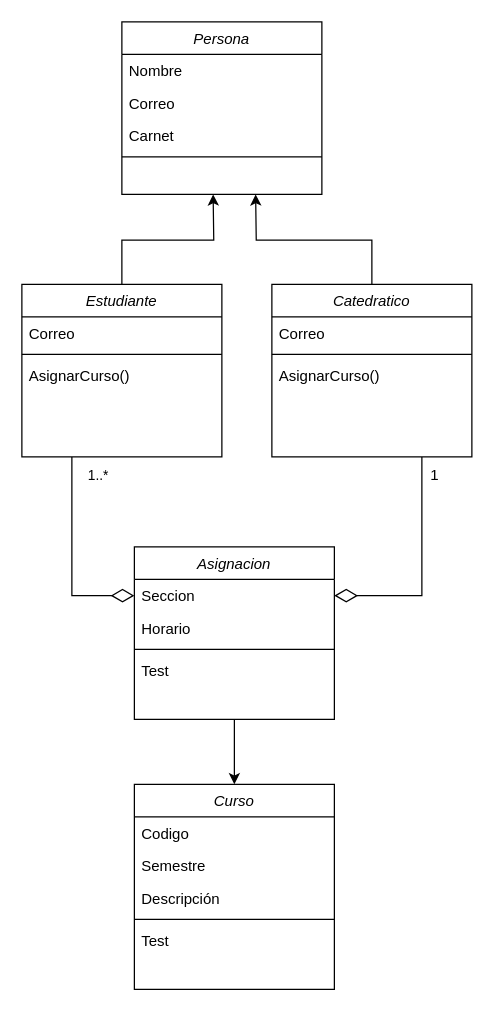
delarocafrankUMG/Programacion2UML keeps this draw.io diagram as Tarea3.drawio. Above is the earlier version. Source tidied: cells renumbered, new cells numbered last; positions are measured from the earlier drawing's top-left corner, leaving out a move shared by most shapes. Both pictures are drawn from the tidied source at 125%, with x=0, y=0 at pixel (21, 21).
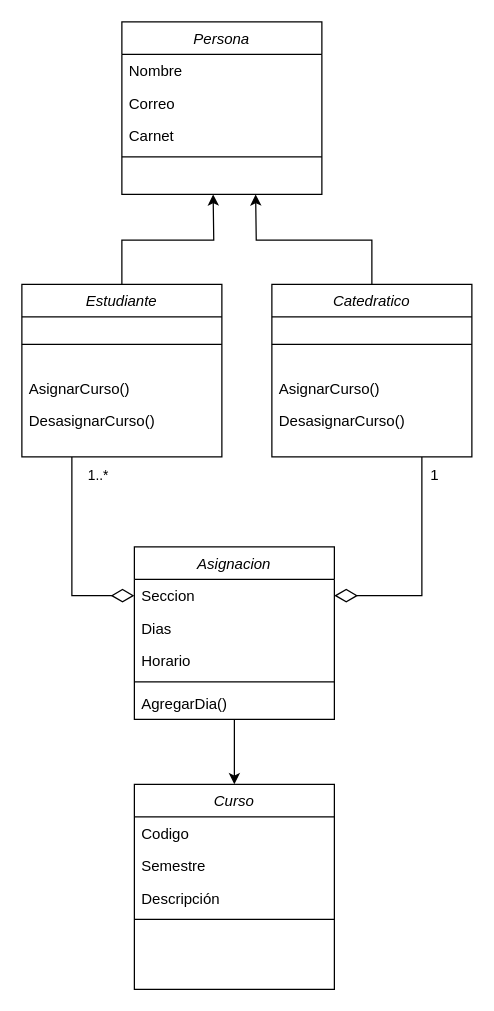
After the change.

The change refers to these unchanged cells:
```xml
<mxCell id="10" value="Estudiante" style="swimlane;fontStyle=2;align=center;verticalAlign=top;horizontal=1;startSize=26;rounded=0;shadow=0;strokeWidth=1;" parent="1" vertex="1">
  <mxGeometry y="210" width="160" height="138" as="geometry" />
</mxCell>
<mxCell id="16" value="Catedratico" style="swimlane;fontStyle=2;align=center;verticalAlign=top;horizontal=1;startSize=26;rounded=0;shadow=0;strokeWidth=1;" parent="1" vertex="1">
  <mxGeometry x="200" y="210" width="160" height="138" as="geometry" />
</mxCell>
<mxCell id="21" value="Asignacion" style="swimlane;fontStyle=2;align=center;verticalAlign=top;horizontal=1;startSize=26;rounded=0;shadow=0;strokeWidth=1;" parent="1" vertex="1">
  <mxGeometry x="90" y="420" width="160" height="138" as="geometry" />
</mxCell>
<mxCell id="26" value="Curso" style="swimlane;fontStyle=2;align=center;verticalAlign=top;horizontal=1;startSize=26;rounded=0;shadow=0;strokeWidth=1;" parent="1" vertex="1">
  <mxGeometry x="90" y="610" width="160" height="164" as="geometry" />
</mxCell>
```

The edit, as a diff of the source:
```diff
@@
-    <mxCell id="11" value="Correo" style="text;align=left;verticalAlign=top;spacingLeft=4;spacingRight=4;overflow=hidden;rounded=0;shadow=0;html=0;" parent="10" vertex="1">
-      <mxGeometry y="26" width="160" height="26" as="geometry" />
-    </mxCell>
     <mxCell id="12" style="line;html=1;strokeWidth=1;align=left;verticalAlign=middle;spacingTop=-1;spacingLeft=3;spacingRight=3;labelPosition=right;" parent="10" vertex="1">
-      <mxGeometry y="52" width="160" height="8" as="geometry" />
+      <mxGeometry y="26" width="160" height="44" as="geometry" />
     </mxCell>
     <mxCell id="13" value="AsignarCurso()" style="text;align=left;verticalAlign=top;spacingLeft=4;spacingRight=4;overflow=hidden;" parent="10" vertex="1">
-      <mxGeometry y="60" width="160" height="26" as="geometry" />
+      <mxGeometry y="70" width="160" height="26" as="geometry" />
     </mxCell>
+    <mxCell id="33" value="DesasignarCurso()" style="text;align=left;verticalAlign=top;spacingLeft=4;spacingRight=4;overflow=hidden;" parent="10" vertex="1">
+      <mxGeometry y="96" width="160" height="26" as="geometry" />
+    </mxCell>
@@
-    <mxCell id="17" value="Correo" style="text;align=left;verticalAlign=top;spacingLeft=4;spacingRight=4;overflow=hidden;rounded=0;shadow=0;html=0;" parent="16" vertex="1">
-      <mxGeometry y="26" width="160" height="26" as="geometry" />
-    </mxCell>
     <mxCell id="18" style="line;html=1;strokeWidth=1;align=left;verticalAlign=middle;spacingTop=-1;spacingLeft=3;spacingRight=3;labelPosition=right;" parent="16" vertex="1">
-      <mxGeometry y="52" width="160" height="8" as="geometry" />
+      <mxGeometry y="26" width="160" height="44" as="geometry" />
     </mxCell>
     <mxCell id="19" value="AsignarCurso()" style="text;align=left;verticalAlign=top;spacingLeft=4;spacingRight=4;overflow=hidden;" parent="16" vertex="1">
-      <mxGeometry y="60" width="160" height="26" as="geometry" />
+      <mxGeometry y="70" width="160" height="26" as="geometry" />
     </mxCell>
+    <mxCell id="34" value="DesasignarCurso()" style="text;align=left;verticalAlign=top;spacingLeft=4;spacingRight=4;overflow=hidden;" parent="16" vertex="1">
+      <mxGeometry y="96" width="160" height="26" as="geometry" />
+    </mxCell>
@@
-    <mxCell id="23" value="Horario" style="text;align=left;verticalAlign=top;spacingLeft=4;spacingRight=4;overflow=hidden;rounded=0;shadow=0;html=0;" parent="21" vertex="1">
+    <mxCell id="23" value="Dias" style="text;align=left;verticalAlign=top;spacingLeft=4;spacingRight=4;overflow=hidden;rounded=0;shadow=0;html=0;" parent="21" vertex="1">
       <mxGeometry y="52" width="160" height="26" as="geometry" />
     </mxCell>
+    <mxCell id="35" value="Horario" style="text;align=left;verticalAlign=top;spacingLeft=4;spacingRight=4;overflow=hidden;rounded=0;shadow=0;html=0;" parent="21" vertex="1">
+      <mxGeometry y="78" width="160" height="26" as="geometry" />
+    </mxCell>
     <mxCell id="24" style="line;html=1;strokeWidth=1;align=left;verticalAlign=middle;spacingTop=-1;spacingLeft=3;spacingRight=3;labelPosition=right;" parent="21" vertex="1">
-      <mxGeometry y="78" width="160" height="8" as="geometry" />
+      <mxGeometry y="104" width="160" height="8" as="geometry" />
     </mxCell>
-    <mxCell id="25" value="Test" style="text;align=left;verticalAlign=top;spacingLeft=4;spacingRight=4;overflow=hidden;" parent="21" vertex="1">
-      <mxGeometry y="86" width="160" height="26" as="geometry" />
-    </mxCell>
+    <mxCell id="36" value="AgregarDia()" style="text;align=left;verticalAlign=top;spacingLeft=4;spacingRight=4;overflow=hidden;" parent="21" vertex="1">
+      <mxGeometry y="112" width="160" height="26" as="geometry" />
+    </mxCell>
@@
-    <mxCell id="31" value="Test" style="text;align=left;verticalAlign=top;spacingLeft=4;spacingRight=4;overflow=hidden;" parent="26" vertex="1">
-      <mxGeometry y="112" width="160" height="26" as="geometry" />
-    </mxCell>
```
